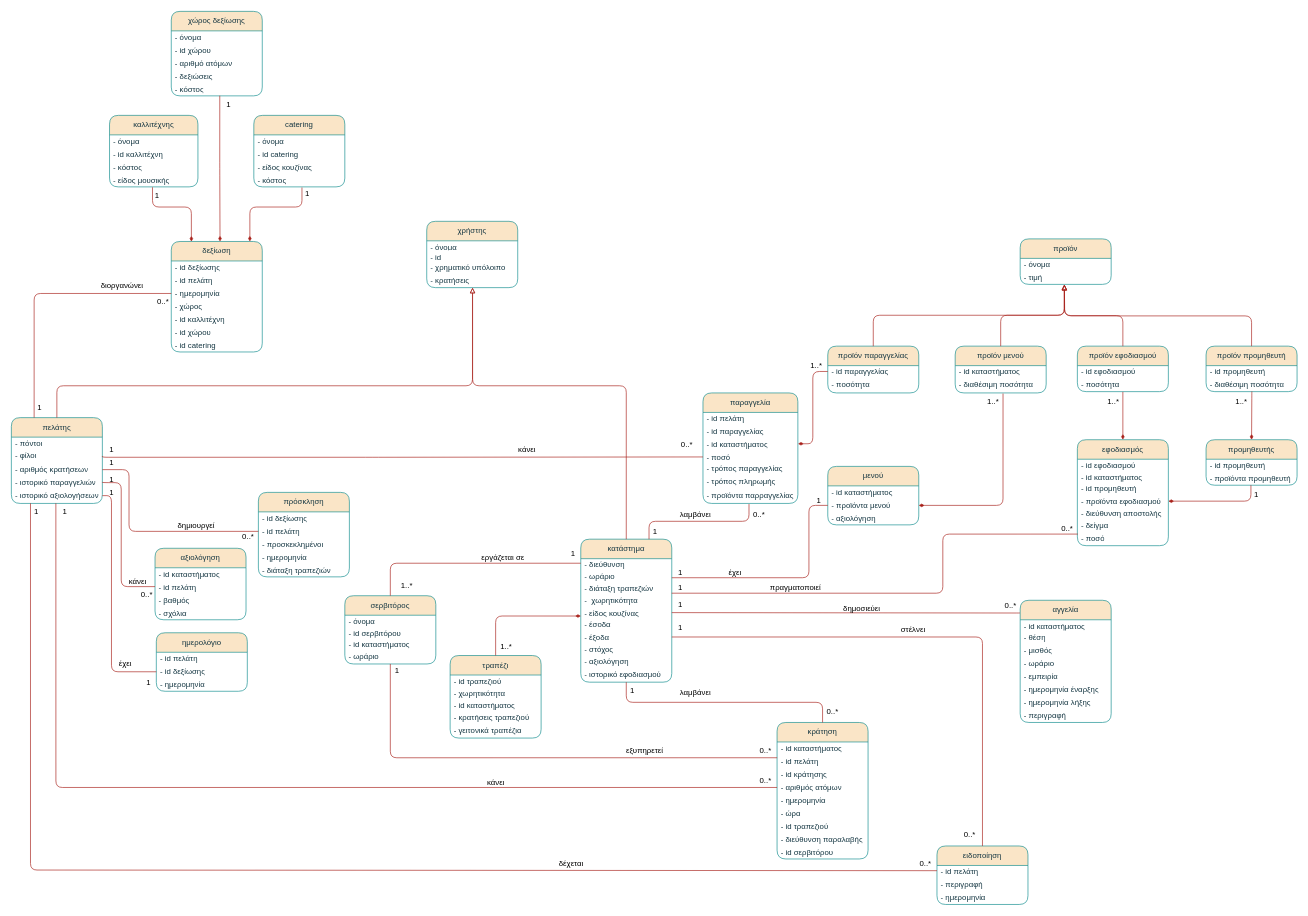
Mpooks/reasy keeps this draw.io diagram as documents/contributions/Domain_model_v02.drawio. Above is the earlier version. Source tidied: cells renumbered, new cells numbered last; positions are measured from the earlier drawing's top-left corner, leaving out a move shared by most shapes. Both pictures are drawn from the tidied source at 65%, with x=0, y=0 at pixel (11, 11).
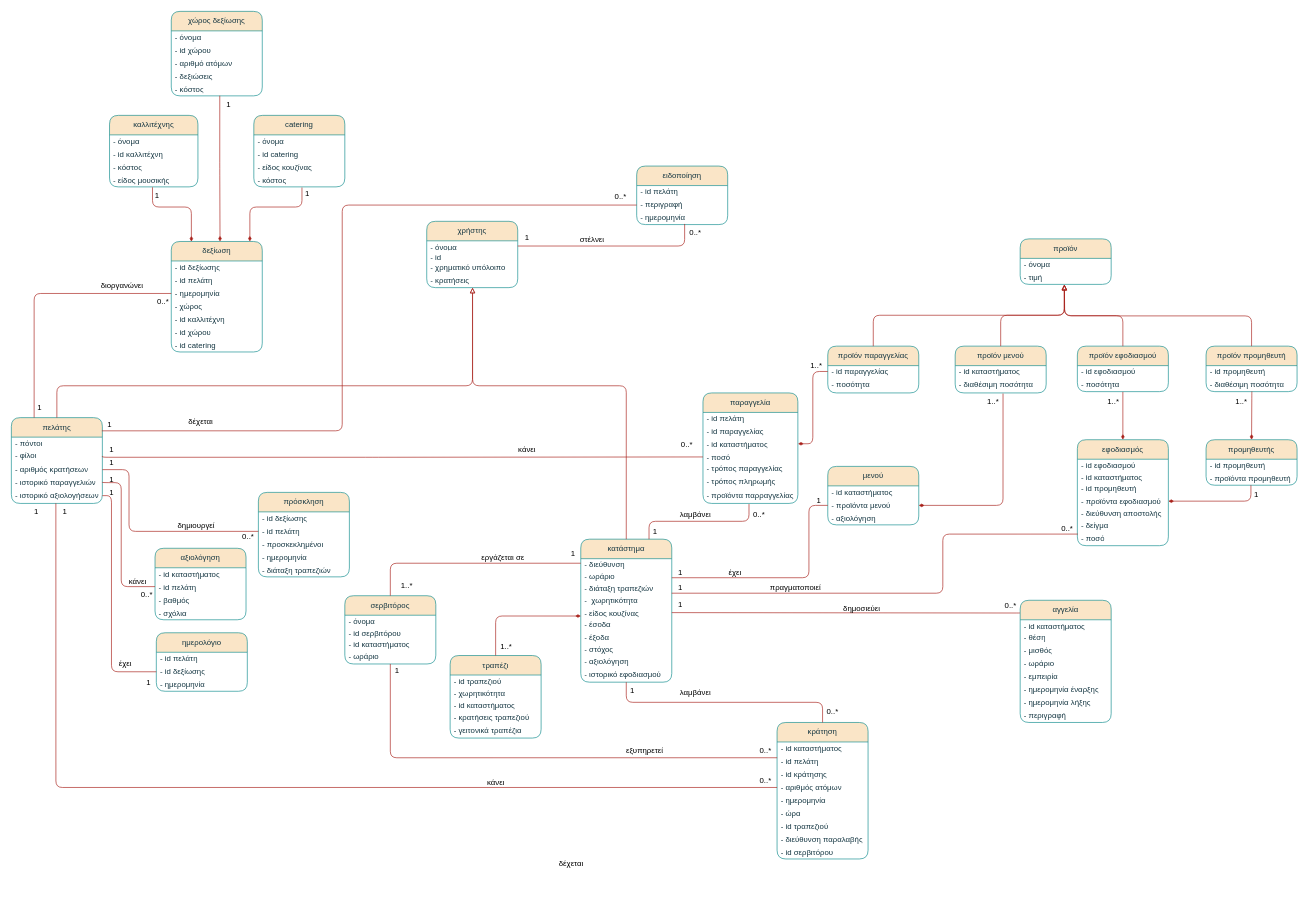
After the change.

The change refers to these unchanged cells:
```xml
<mxCell id="9" value="- έξοδα" style="text;strokeColor=none;fillColor=none;align=left;verticalAlign=middle;spacingLeft=4;spacingRight=4;overflow=hidden;points=[[0,0.5],[1,0.5]];portConstraint=eastwest;whiteSpace=wrap;html=1;glass=0;labelBackgroundColor=none;fontColor=#143642;" parent="2" vertex="1">
  <mxGeometry y="141" width="140" height="19" as="geometry" />
</mxCell>
<mxCell id="14" value="- όνομα" style="text;strokeColor=none;fillColor=none;align=left;verticalAlign=middle;spacingLeft=4;spacingRight=4;overflow=hidden;points=[[0,0.5],[1,0.5]];portConstraint=eastwest;whiteSpace=wrap;html=1;glass=0;labelBackgroundColor=none;fontColor=#143642;" parent="13" vertex="1">
  <mxGeometry y="30" width="140" height="16" as="geometry" />
</mxCell>
<mxCell id="127" value="- περιγραφή" style="text;strokeColor=none;fillColor=none;align=left;verticalAlign=middle;spacingLeft=4;spacingRight=4;overflow=hidden;points=[[0,0.5],[1,0.5]];portConstraint=eastwest;whiteSpace=wrap;html=1;glass=0;labelBackgroundColor=none;fontColor=#143642;" parent="125" vertex="1">
  <mxGeometry y="50" width="140" height="20" as="geometry" />
</mxCell>
<mxCell id="128" value="- ημερομηνία" style="text;strokeColor=none;fillColor=none;align=left;verticalAlign=middle;spacingLeft=4;spacingRight=4;overflow=hidden;points=[[0,0.5],[1,0.5]];portConstraint=eastwest;whiteSpace=wrap;html=1;glass=0;labelBackgroundColor=none;fontColor=#143642;" parent="125" vertex="1">
  <mxGeometry y="70" width="140" height="20" as="geometry" />
</mxCell>
<mxCell id="129" value="πελάτης" style="swimlane;fontStyle=0;horizontal=1;startSize=30;whiteSpace=wrap;html=1;rounded=1;swimlaneLine=1;glass=0;labelBackgroundColor=none;fillColor=#FAE5C7;strokeColor=#0F8B8D;fontColor=#143642;" parent="1" vertex="1">
  <mxGeometry y="625" width="140" height="132" as="geometry" />
</mxCell>
<mxCell id="134" value="- ιστορικό αξιολογήσεων" style="text;strokeColor=none;fillColor=none;align=left;verticalAlign=middle;spacingLeft=4;spacingRight=4;overflow=hidden;points=[[0,0.5],[1,0.5]];portConstraint=eastwest;whiteSpace=wrap;html=1;glass=0;labelBackgroundColor=none;fontColor=#143642;" parent="129" vertex="1">
  <mxGeometry y="108" width="140" height="24" as="geometry" />
</mxCell>
```

Diff of the diagram source:
```diff
@@
     <mxCell id="125" value="ειδοποίηση" style="swimlane;fontStyle=0;horizontal=1;startSize=30;whiteSpace=wrap;html=1;rounded=1;glass=0;labelBackgroundColor=none;fillColor=#FAE5C7;strokeColor=#0F8B8D;fontColor=#143642;" parent="1" vertex="1">
-      <mxGeometry x="1424" y="1284" width="140" height="90" as="geometry" />
+      <mxGeometry x="962" y="238" width="140" height="90" as="geometry" />
     </mxCell>
@@
-    <mxCell id="158" style="edgeStyle=orthogonalEdgeStyle;rounded=1;jettySize=auto;html=1;fontColor=default;startFill=1;endFill=0;endArrow=none;labelBackgroundColor=none;strokeColor=#A8201A;exitX=0.21;exitY=0.994;exitDx=0;exitDy=0;exitPerimeter=0;" parent="1" edge="1" source="134">
+    <mxCell id="158" style="edgeStyle=orthogonalEdgeStyle;rounded=1;jettySize=auto;html=1;fontColor=default;startFill=1;endFill=0;endArrow=none;labelBackgroundColor=none;strokeColor=#A8201A;exitX=0.994;exitY=0.154;exitDx=0;exitDy=0;entryX=0;entryY=0.5;entryDx=0;entryDy=0;exitPerimeter=0;" parent="1" edge="1" source="129" target="127">
       <mxGeometry relative="1" as="geometry">
-        <mxPoint x="1424" y="1322" as="targetPoint" />
         <Array as="points">
-          <mxPoint x="29" y="1321" />
-          <mxPoint x="1424" y="1321" />
+          <mxPoint x="509" y="645" />
+          <mxPoint x="509" y="298" />
         </Array>
       </mxGeometry>
     </mxCell>
-    <mxCell id="159" style="edgeStyle=orthogonalEdgeStyle;rounded=1;jettySize=auto;html=1;exitX=0.5;exitY=0;exitDx=0;exitDy=0;entryX=1;entryY=0.5;entryDx=0;entryDy=0;fontColor=default;startFill=1;endFill=0;endArrow=none;labelBackgroundColor=none;strokeColor=#A8201A;" parent="1" edge="1" source="125" target="9">
-      <mxGeometry relative="1" as="geometry" />
-    </mxCell>
-    <mxCell id="160" value="στέλνει" style="text;html=1;align=center;verticalAlign=middle;strokeColor=none;fillColor=none;" parent="1" vertex="1">
-      <mxGeometry x="1359" y="938.5" width="56" height="26" as="geometry" />
-    </mxCell>
@@
-    <mxCell id="195" value="0..*" style="text;html=1;align=center;verticalAlign=middle;strokeColor=none;fillColor=none;" parent="1" vertex="1">
-      <mxGeometry x="1388" y="1299" width="36" height="26" as="geometry" />
-    </mxCell>
@@
-    <mxCell id="202" value="1" style="text;html=1;align=center;verticalAlign=middle;strokeColor=none;fillColor=none;" parent="1" vertex="1">
-      <mxGeometry x="1016" y="936" width="25" height="26" as="geometry" />
-    </mxCell>
-    <mxCell id="203" value="0..*" style="text;html=1;align=center;verticalAlign=middle;strokeColor=none;fillColor=none;" parent="1" vertex="1">
-      <mxGeometry x="1456" y="1254" width="36" height="26" as="geometry" />
-    </mxCell>
@@
+    <mxCell id="219" value="δέχεται" style="text;html=1;align=center;verticalAlign=middle;strokeColor=none;fillColor=none;" parent="1" vertex="1">
+      <mxGeometry x="263" y="619" width="56" height="26" as="geometry" />
+    </mxCell>
+    <mxCell id="220" value="1" style="text;html=1;align=center;verticalAlign=middle;strokeColor=none;fillColor=none;" parent="1" vertex="1">
+      <mxGeometry x="138" y="623" width="25" height="26" as="geometry" />
+    </mxCell>
+    <mxCell id="221" value="0..*" style="text;html=1;align=center;verticalAlign=middle;strokeColor=none;fillColor=none;" parent="1" vertex="1">
+      <mxGeometry x="919" y="272" width="36" height="26" as="geometry" />
+    </mxCell>
+    <mxCell id="222" style="edgeStyle=orthogonalEdgeStyle;rounded=1;jettySize=auto;html=1;exitX=0.527;exitY=0.95;exitDx=0;exitDy=0;fontColor=default;startFill=1;endFill=0;endArrow=none;labelBackgroundColor=none;strokeColor=#A8201A;entryX=1;entryY=0.5;entryDx=0;entryDy=0;exitPerimeter=0;" parent="1" edge="1" source="128" target="14">
+      <mxGeometry relative="1" as="geometry" />
+    </mxCell>
+    <mxCell id="160" value="στέλνει" style="text;html=1;align=center;verticalAlign=middle;strokeColor=none;fillColor=none;" parent="1" vertex="1">
+      <mxGeometry x="866" y="339" width="53" height="26" as="geometry" />
+    </mxCell>
+    <mxCell id="223" value="1" style="text;html=1;align=center;verticalAlign=middle;strokeColor=none;fillColor=none;" parent="1" vertex="1">
+      <mxGeometry x="780" y="335" width="25" height="26" as="geometry" />
+    </mxCell>
+    <mxCell id="224" value="0..*" style="text;html=1;align=center;verticalAlign=middle;strokeColor=none;fillColor=none;" parent="1" vertex="1">
+      <mxGeometry x="1034" y="328" width="36" height="26" as="geometry" />
+    </mxCell>
```
